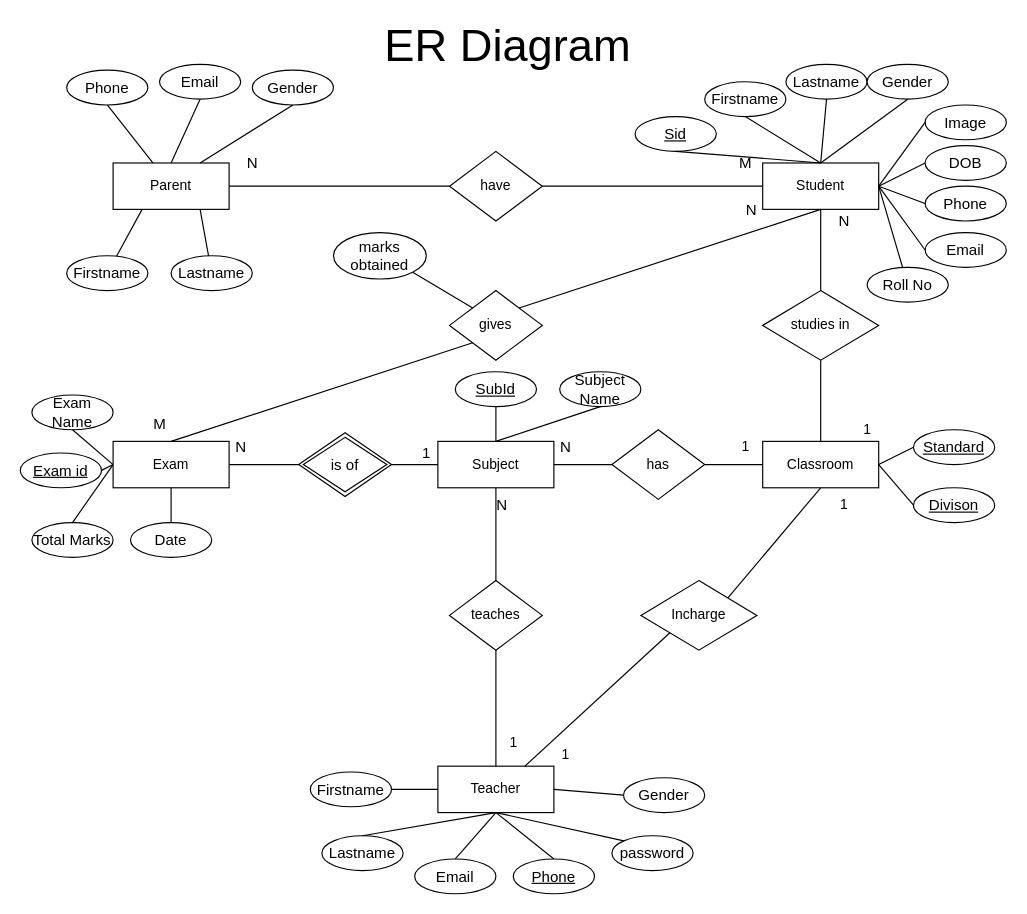
Before: Database/School App ER Diagram.drawio.xml in parmar-mohit/School-App, a draw.io diagram. Source tidied: cells renumbered, new cells numbered last; positions are measured from the earlier drawing's top-left corner, leaving out a move shared by most shapes. Both pictures are drawn from the tidied source at 116%, with x=0, y=0 at pixel (20, 29).
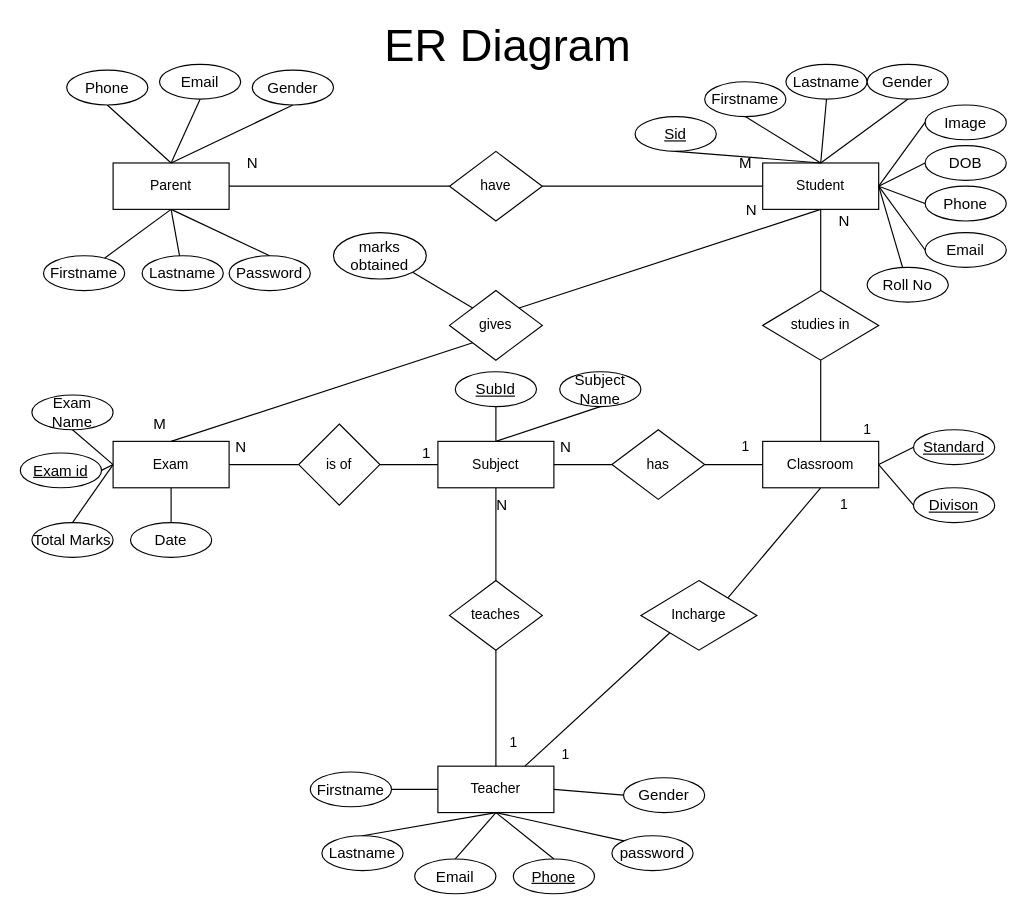
After the change.

Unchanged cells that the change refers to:
```xml
<mxCell id="3" value="Parent" style="whiteSpace=wrap;html=1;align=center;" parent="1" vertex="1">
  <mxGeometry x="80" y="115" width="100" height="40" as="geometry" />
</mxCell>
<mxCell id="14" value="Subject" style="whiteSpace=wrap;html=1;align=center;" parent="1" vertex="1">
  <mxGeometry x="360" y="355" width="100" height="40" as="geometry" />
</mxCell>
<mxCell id="55" value="Phone" style="ellipse;whiteSpace=wrap;html=1;fontSize=13;strokeWidth=1;" parent="1" vertex="1">
  <mxGeometry x="40" y="35" width="70" height="30" as="geometry" />
</mxCell>
<mxCell id="85" value="Gender" style="ellipse;whiteSpace=wrap;html=1;fontSize=13;strokeWidth=1;" parent="1" vertex="1">
  <mxGeometry x="200" y="35" width="70" height="30" as="geometry" />
</mxCell>
```

Diff of the diagram source:
```diff
@@
-    <mxCell id="16" style="endArrow=none;html=1;rounded=0;exitX=1;exitY=0.5;exitDx=0;exitDy=0;" parent="1" edge="1" target="14">
-      <mxGeometry relative="1" as="geometry">
-        <mxPoint x="315" y="375" as="sourcePoint" />
-      </mxGeometry>
+    <mxCell id="16" style="endArrow=none;html=1;rounded=0;exitX=1;exitY=0.5;exitDx=0;exitDy=0;" parent="1" edge="1" source="78" target="14">
+      <mxGeometry relative="1" as="geometry" />
     </mxCell>
@@
     <mxCell id="42" value="Firstname" style="ellipse;whiteSpace=wrap;html=1;fontSize=13;strokeWidth=1;" parent="1" vertex="1">
-      <mxGeometry x="40" y="195" width="70" height="30" as="geometry" />
+      <mxGeometry x="20" y="195" width="70" height="30" as="geometry" />
     </mxCell>
     <mxCell id="43" value="Lastname" style="ellipse;whiteSpace=wrap;html=1;fontSize=13;strokeWidth=1;" parent="1" vertex="1">
-      <mxGeometry x="130" y="195" width="70" height="30" as="geometry" />
+      <mxGeometry x="105" y="195" width="70" height="30" as="geometry" />
     </mxCell>
-    <mxCell id="44" style="endArrow=none;html=1;rounded=0;fontSize=13;entryX=0.5;entryY=1;entryDx=0;entryDy=0;" parent="1" edge="1" source="3" target="55">
+    <mxCell id="44" style="endArrow=none;html=1;rounded=0;fontSize=13;entryX=0.5;entryY=1;entryDx=0;entryDy=0;exitX=0.5;exitY=0;exitDx=0;exitDy=0;" parent="1" edge="1" source="3" target="55">
       <mxGeometry relative="1" as="geometry" />
     </mxCell>
@@
-    <mxCell id="46" style="endArrow=none;html=1;rounded=0;fontSize=13;entryX=0.25;entryY=1;entryDx=0;entryDy=0;" parent="1" edge="1" source="42" target="3">
+    <mxCell id="46" style="endArrow=none;html=1;rounded=0;fontSize=13;entryX=0.5;entryY=1;entryDx=0;entryDy=0;" parent="1" edge="1" source="42" target="3">
       <mxGeometry relative="1" as="geometry" />
     </mxCell>
-    <mxCell id="47" style="endArrow=none;html=1;rounded=0;fontSize=13;entryX=0.75;entryY=1;entryDx=0;entryDy=0;" parent="1" edge="1" source="43" target="3">
+    <mxCell id="47" style="endArrow=none;html=1;rounded=0;fontSize=13;entryX=0.5;entryY=1;entryDx=0;entryDy=0;" parent="1" edge="1" source="43" target="3">
       <mxGeometry relative="1" as="geometry" />
     </mxCell>
@@
-    <mxCell id="78" value="is of" style="shape=rhombus;double=1;perimeter=rhombusPerimeter;whiteSpace=wrap;html=1;align=center;fontSize=13;strokeWidth=1;" parent="1" vertex="1">
-      <mxGeometry x="240" y="347.5" width="80" height="55" as="geometry" />
-    </mxCell>
@@
-    <mxCell id="86" style="endArrow=none;html=1;rounded=0;exitX=0.75;exitY=0;exitDx=0;exitDy=0;entryX=0.5;entryY=1;entryDx=0;entryDy=0;" parent="1" edge="1" source="3" target="85">
+    <mxCell id="86" style="endArrow=none;html=1;rounded=0;exitX=0.5;exitY=0;exitDx=0;exitDy=0;entryX=0.5;entryY=1;entryDx=0;entryDy=0;" parent="1" edge="1" source="3" target="85">
       <mxGeometry relative="1" as="geometry" />
     </mxCell>
@@
+    <mxCell id="78" value="is of" style="rhombus;whiteSpace=wrap;html=1;" parent="1" vertex="1">
+      <mxGeometry x="240" y="340" width="70" height="70" as="geometry" />
+    </mxCell>
+    <mxCell id="102" value="Password" style="ellipse;whiteSpace=wrap;html=1;fontSize=13;strokeWidth=1;" parent="1" vertex="1">
+      <mxGeometry x="180" y="195" width="70" height="30" as="geometry" />
+    </mxCell>
+    <mxCell id="103" style="endArrow=none;html=1;rounded=0;exitX=0.5;exitY=0;exitDx=0;exitDy=0;entryX=0.5;entryY=1;entryDx=0;entryDy=0;" parent="1" edge="1" source="102" target="3">
+      <mxGeometry relative="1" as="geometry" />
+    </mxCell>
```
